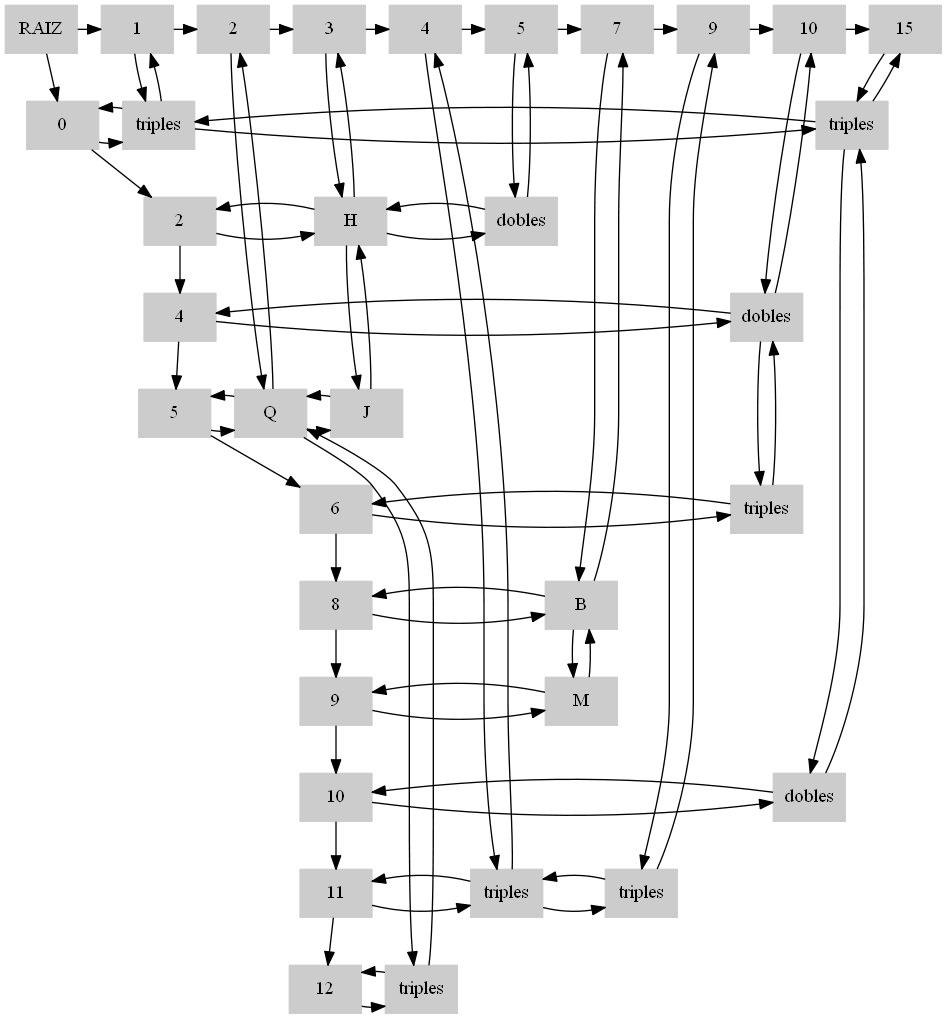
Earlier version of the Graphviz export RepMatriz.png (loumisha96/EDD_1S2020_PY1_201602935). Its source is kept beside it as RepMatriz.dot.
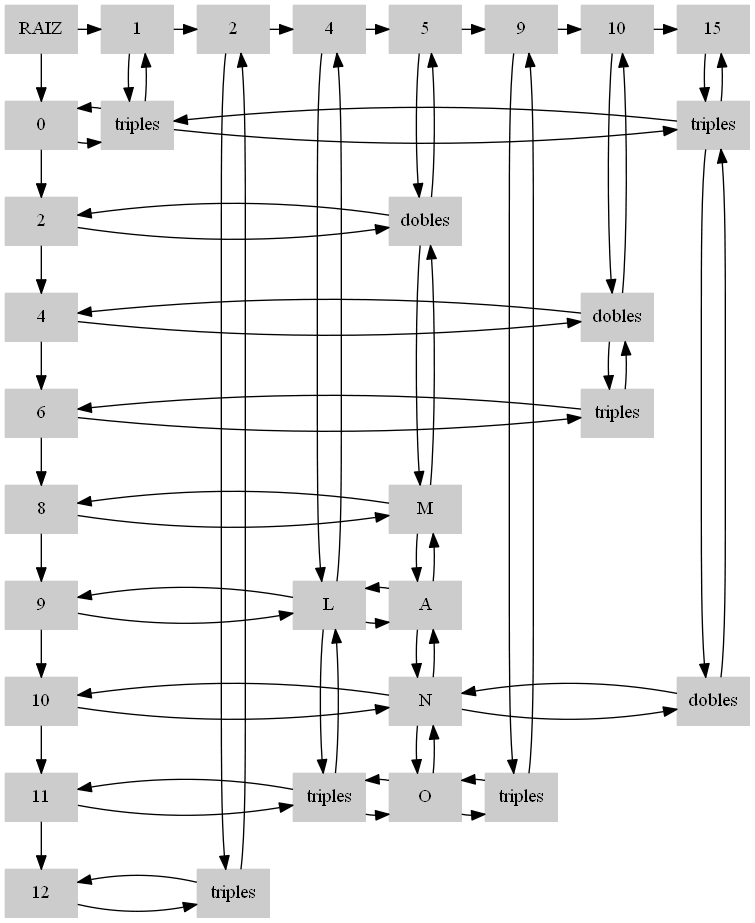
The same diagram one commit later.

Change to the diagram source:
```diff
@@ -2,94 +2,85 @@
 node[shape=box, style=filled, color = Gray80];
 edge[color=black]
 rankdir=UD
-{rank = same;-1,C1,C2,C3,C4,C5,C7,C9,C10,C15};
--1[label="RAIZ"];
+{rank = same;-1,C1,C2,C4,C5,C9,C10,C15};
+-1[label="RAIZ", group = -1];
 -1->C1
-C1[label="1"];
-C2[label="2"];
-C3[label="3"];
-C4[label="4"];
-C5[label="5"];
-C7[label="7"];
-C9[label="9"];
-C10[label="10"];
-C15[label="15"];
-C1->C2->C3->C4->C5->C7->C9->C10->C15
+C1[label="1", group =1];
+C2[label="2", group =2];
+C4[label="4", group =4];
+C5[label="5", group =5];
+C9[label="9", group =9];
+C10[label="10", group =10];
+C15[label="15", group =15];
+C1->C2->C4->C5->C9->C10->C15
 -1->F0
-F0[label="0"];
-F2[label="2"];
-F4[label="4"];
-F5[label="5"];
-F6[label="6"];
-F8[label="8"];
-F9[label="9"];
-F10[label="10"];
-F11[label="11"];
-F12[label="12"];
-F0->F2->F4->F5->F6->F8->F9->F10->F11->F12
-01[label="triples"];
-015[label="triples"];
-23[label="H"];
-25[label="dobles"];
-410[label="dobles"];
-52[label="Q"];
-53[label="J"];
-610[label="triples"];
-87[label="B"];
-97[label="M"];
-1015[label="dobles"];
-114[label="triples"];
-119[label="triples"];
-122[label="triples"];
+F0[label="0", group = -1];
+F2[label="2", group = -1];
+F4[label="4", group = -1];
+F6[label="6", group = -1];
+F8[label="8", group = -1];
+F9[label="9", group = -1];
+F10[label="10", group = -1];
+F11[label="11", group = -1];
+F12[label="12", group = -1];
+F0->F2->F4->F6->F8->F9->F10->F11->F12
+01[label="triples", group =1];
+015[label="triples", group =15];
+25[label="dobles", group =5];
+410[label="dobles", group =10];
+610[label="triples", group =10];
+85[label="M", group =5];
+94[label="L", group =4];
+95[label="A", group =5];
+105[label="N", group =5];
+1015[label="dobles", group =15];
+114[label="triples", group =4];
+115[label="O", group =5];
+119[label="triples", group =9];
+122[label="triples", group =2];
 F0->01
-F2->23
+F2->25
 F4->410
-F5->52
 F6->610
-F8->87
-F9->97
-F10->1015
+F8->85
+F9->94
+F10->105
 F11->114
 F12->122
 01[label="triples"];
-52[label="Q"];
 122[label="triples"];
-23[label="H"];
-53[label="J"];
+94[label="L"];
 114[label="triples"];
 25[label="dobles"];
-87[label="B"];
-97[label="M"];
+85[label="M"];
+95[label="A"];
+105[label="N"];
+115[label="O"];
 119[label="triples"];
 410[label="dobles"];
 610[label="triples"];
 015[label="triples"];
 1015[label="dobles"];
 C1->01
-C2->52
-C3->23
-C4->114
+C2->122
+C4->94
 C5->25
-C7->87
 C9->119
 C10->410
 C15->015
 {rank = same;F0,01,015};
-{rank = same;F2,23,25};
+{rank = same;F2,25};
 {rank = same;F4,410};
-{rank = same;F5,52,53};
 {rank = same;F6,610};
-{rank = same;F8,87};
-{rank = same;F9,97};
-{rank = same;F10,1015};
-{rank = same;F11,114,119};
+{rank = same;F8,85};
+{rank = same;F9,94,95};
+{rank = same;F10,105,1015};
+{rank = same;F11,114,115,119};
 {rank = same;F12,122};
 {rank = main;C1,01};
-{rank = main;C2,52,122};
-{rank = main;C3,23,53};
-{rank = main;C4,114};
-{rank = main;C5,25};
-{rank = main;C7,87,97};
+{rank = main;C2,122};
+{rank = main;C4,94,114};
+{rank = main;C5,25,85,95,105,115};
 {rank = main;C9,119};
 {rank = main;C10,410,610};
 {rank = main;C15,015,1015};
@@ -97,32 +88,30 @@
 01->F0
 015->01
 
-23->25
-23->F2
-25->23
+25
+25->F2
 
 410
 410->F4
 
-52->53
-52->F5
-53->52
-
 610
 610->F6
 
-87
-87->F8
+85
+85->F8
 
-97
-97->F9
+94->95
+94->F9
+95->94
 
-1015
-1015->F10
+105->1015
+105->F10
+1015->105
 
-114->119
+114->115->119
 114->F11
-119->114
+115->114
+119->115
 
 122
 122->F12
@@ -130,23 +119,19 @@
 01->C1
 01
 
-52->C2
-52->122
-122->52
+122->C2
+122
 
-23->C3
-23->53
-53->23
-
-114->C4
-114
+94->C4
+94->114
+114->94
 
 25->C5
-25
-
-87->C7
-87->97
-97->87
+25->85->95->105->115
+85->25
+95->85
+105->95
+115->105
 
 119->C9
 119
```
